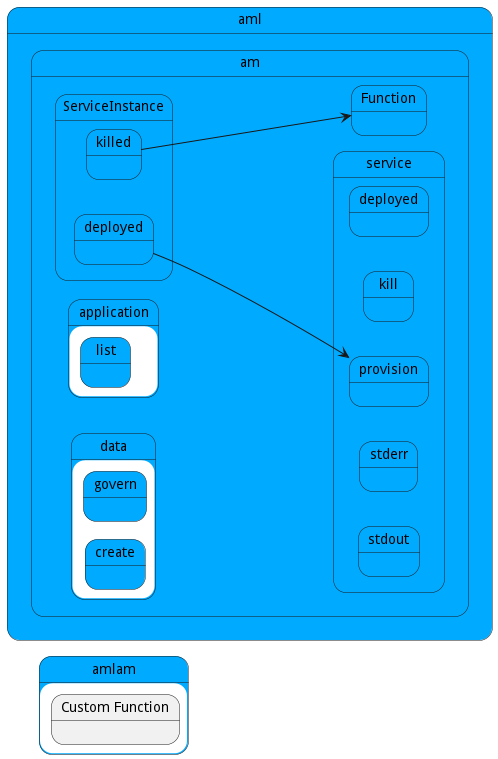
Earlier version of the PlantUML export docs/sabr/aml/am/process.png (madajaju/sabr).
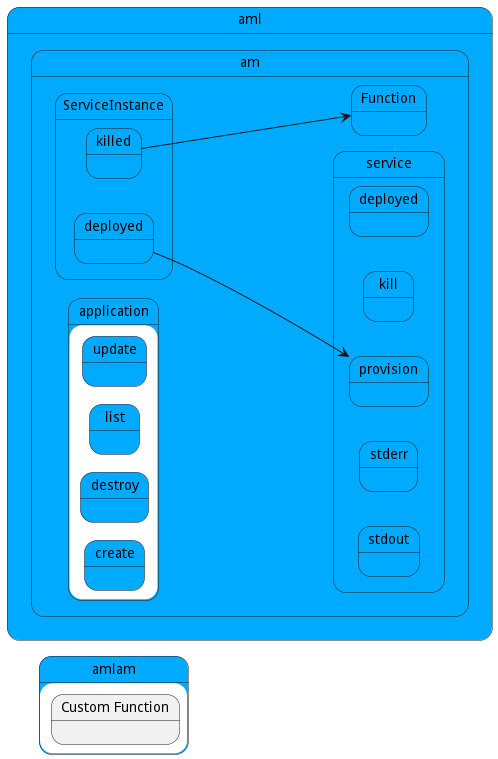
Above is the later version.

What changed in the source:
```diff
@@ -16,6 +16,26 @@
         state "aml" as aml #00aaff {
 state "am" as amlam #00aaff {
 state "application" as amlamapplication #00aaff {
+state "create" as amlamapplicationcreate #00aaff {
+}
+}
+}
+}
+
+
+        state "aml" as aml #00aaff {
+state "am" as amlam #00aaff {
+state "application" as amlamapplication #00aaff {
+state "destroy" as amlamapplicationdestroy #00aaff {
+}
+}
+}
+}
+
+
+        state "aml" as aml #00aaff {
+state "am" as amlam #00aaff {
+state "application" as amlamapplication #00aaff {
 state "list" as amlamapplicationlist #00aaff {
 }
 }
@@ -25,18 +45,8 @@
 
         state "aml" as aml #00aaff {
 state "am" as amlam #00aaff {
-state "data" as amlamdata #00aaff {
-state "create" as amlamdatacreate #00aaff {
-}
-}
-}
-}
-
-
-        state "aml" as aml #00aaff {
-state "am" as amlam #00aaff {
-state "data" as amlamdata #00aaff {
-state "govern" as amlamdatagovern #00aaff {
+state "application" as amlamapplication #00aaff {
+state "update" as amlamapplicationupdate #00aaff {
 }
 }
 }
```
